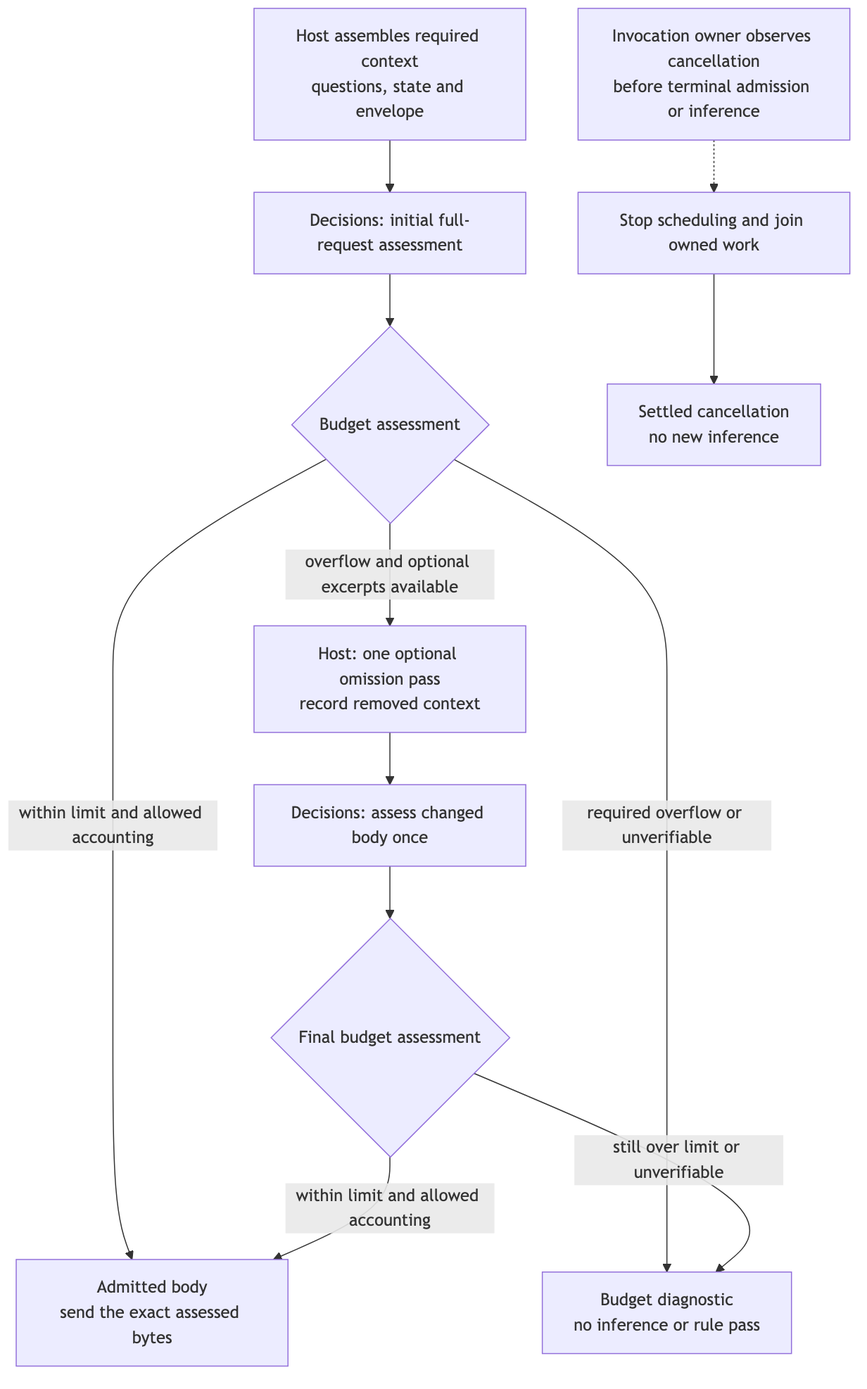
Above: docs/specs/2026-10-12-rust-rule-engine/assets/chunk-budget-flow.png in ShravanSunder/sunstack-tools (Mermaid), before the change. Its source is kept beside it as docs/specs/2026-10-12-rust-rule-engine/assets/chunk-budget-flow.mmd.
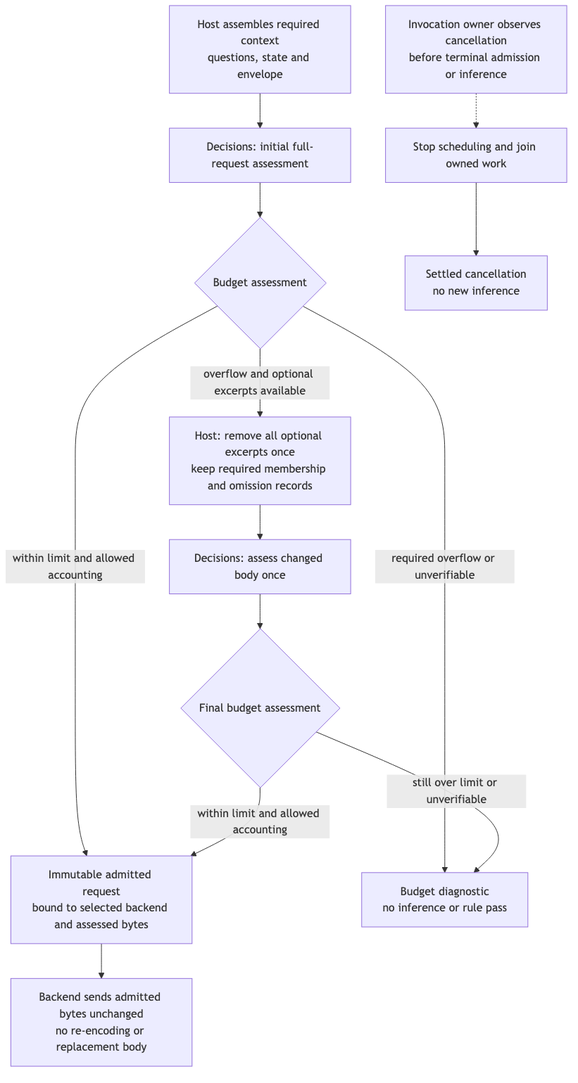
The same diagram one commit later.

Diff of the diagram source:
```diff
@@ -1,12 +1,13 @@
 flowchart TB
   Start["Host assembles required context<br/>questions, state and envelope"] --> First["Decisions: initial full-request assessment"]
   First --> Gate{"Budget assessment"}
-  Gate -->|"within limit and allowed accounting"| Ready["Admitted body<br/>send the exact assessed bytes"]
+  Gate -->|"within limit and allowed accounting"| Ready["Immutable admitted request<br/>bound to selected backend and assessed bytes"]
   Gate -->|"required overflow or unverifiable"| Block["Budget diagnostic<br/>no inference or rule pass"]
-  Gate -->|"overflow and optional excerpts available"| Omit["Host: one optional omission pass<br/>record removed context"]
+  Gate -->|"overflow and optional excerpts available"| Omit["Host: remove all optional excerpts once<br/>keep required membership and omission records"]
   Omit --> Second["Decisions: assess changed body once"]
   Second --> Final{"Final budget assessment"}
   Final -->|"within limit and allowed accounting"| Ready
   Final -->|"still over limit or unverifiable"| Block
+  Ready --> Dispatch["Backend sends admitted bytes unchanged<br/>no re-encoding or replacement body"]
   Cancel["Invocation owner observes cancellation<br/>before terminal admission or inference"] -.-> Join["Stop scheduling and join owned work"]
   Join --> Cancelled["Settled cancellation<br/>no new inference"]
```
